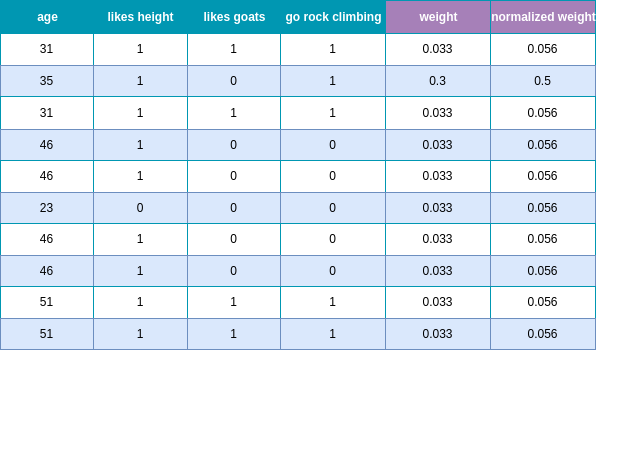
Earlier version of the draw.io export static/images/adaboost/ab_example_clf_data_second_stump_weights.drawio.png (froukje/datamapu). Source tidied: cells renumbered, new cells last; positions are measured from the earlier drawing's top-left corner, leaving out a move shared by most shapes.
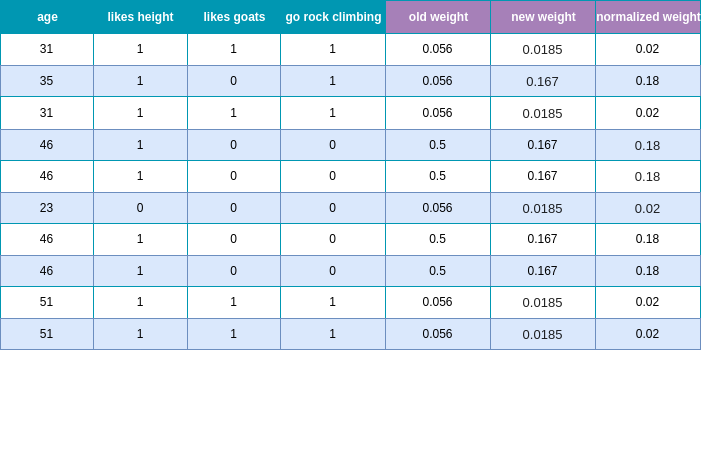
Above is the later version.

The edit, as a diff of the source:
```diff
@@ -3,10 +3,10 @@
     <mxCell id="0" />
     <mxCell id="1" parent="0" />
     <mxCell id="2" value="Assets" style="strokeColor=#0097B2;fillColor=#A7C942;shadow=0;" parent="1" vertex="1">
-      <mxGeometry width="595" height="349" as="geometry" />
+      <mxGeometry width="700" height="349" as="geometry" />
     </mxCell>
     <mxCell id="3" style="shape=tableRow;horizontal=0;startSize=0;swimlaneHead=0;swimlaneBody=0;top=0;left=0;bottom=0;right=0;fontStyle=0;strokeColor=inherit;fillColor=#ffffff;" parent="2" vertex="1">
-      <mxGeometry width="595" height="33" as="geometry" />
+      <mxGeometry width="700" height="33" as="geometry" />
     </mxCell>
     <mxCell id="4" value="age" style="strokeColor=inherit;fillColor=#0097B2;align=center;fontStyle=1;fontColor=#FFFFFF;html=1;" parent="3" vertex="1">
       <mxGeometry width="93" height="33" as="geometry" />
@@ -20,14 +20,17 @@
     <mxCell id="7" value="go rock climbing" style="strokeColor=inherit;fillColor=#0097B2;align=center;fontStyle=1;fontColor=#FFFFFF;html=1;" parent="3" vertex="1">
       <mxGeometry x="280" width="105" height="33" as="geometry" />
     </mxCell>
-    <mxCell id="8" value="weight" style="strokeColor=inherit;fillColor=#A680B8;align=center;fontStyle=1;fontColor=#FFFFFF;html=1;" parent="3" vertex="1">
+    <mxCell id="8" value="old weight" style="strokeColor=inherit;fillColor=#A680B8;align=center;fontStyle=1;fontColor=#FFFFFF;html=1;" parent="3" vertex="1">
       <mxGeometry x="385" width="105" height="33" as="geometry" />
     </mxCell>
+    <mxCell id="84" value="new weight" style="strokeColor=inherit;fillColor=#A680B8;align=center;fontStyle=1;fontColor=#FFFFFF;html=1;" parent="3" vertex="1">
+      <mxGeometry x="490" width="105" height="33" as="geometry" />
+    </mxCell>
     <mxCell id="9" value="normalized weight" style="strokeColor=inherit;fillColor=#A680B8;align=center;fontStyle=1;fontColor=#FFFFFF;html=1;" parent="3" vertex="1">
-      <mxGeometry x="490" width="105" height="33" as="geometry" />
+      <mxGeometry x="595" width="105" height="33" as="geometry" />
     </mxCell>
     <mxCell id="10" style="shape=tableRow;horizontal=0;startSize=0;swimlaneHead=0;swimlaneBody=0;top=0;left=0;bottom=0;right=0;fontStyle=0;strokeColor=inherit;fillColor=#ffffff;" parent="2" vertex="1">
-      <mxGeometry y="33" width="595" height="32" as="geometry" />
+      <mxGeometry y="33" width="700" height="32" as="geometry" />
     </mxCell>
     <mxCell id="11" value="31" style="strokeColor=inherit;fillColor=inherit;align=center;whiteSpace=wrap;html=1;" parent="10" vertex="1">
       <mxGeometry width="93" height="32" as="geometry" />
@@ -41,14 +44,17 @@
     <mxCell id="14" value="1" style="strokeColor=inherit;fillColor=inherit;align=center;whiteSpace=wrap;html=1;" parent="10" vertex="1">
       <mxGeometry x="280" width="105" height="32" as="geometry" />
     </mxCell>
-    <mxCell id="15" value="0.033" style="strokeColor=inherit;fillColor=inherit;align=center;whiteSpace=wrap;html=1;" parent="10" vertex="1">
+    <mxCell id="15" value="0.056" style="strokeColor=inherit;fillColor=inherit;align=center;whiteSpace=wrap;html=1;" parent="10" vertex="1">
       <mxGeometry x="385" width="105" height="32" as="geometry" />
     </mxCell>
+    <mxCell id="85" value="&lt;pre style=&quot;font-family: var(--jp-code-font-family); font-size: 13px; line-height: var(--jp-code-line-height); color: rgba(0, 0, 0, 0.87); border: none; margin-top: 0px; margin-bottom: 0px; padding: 0px; overflow: auto; word-break: break-all; overflow-wrap: break-word; text-align: left; background-color: rgb(255, 255, 255);&quot;&gt;&lt;pre style=&quot;font-family: var(--jp-code-font-family); line-height: var(--jp-code-line-height); border: none; margin-top: 0px; margin-bottom: 0px; padding: 0px; overflow: auto; word-break: break-all; overflow-wrap: break-word;&quot;&gt;0.0185&lt;/pre&gt;&lt;/pre&gt;" style="strokeColor=inherit;fillColor=inherit;align=center;whiteSpace=wrap;html=1;" parent="10" vertex="1">
+      <mxGeometry x="490" width="105" height="32" as="geometry" />
+    </mxCell>
-    <mxCell id="16" value="0.056" style="strokeColor=inherit;fillColor=inherit;align=center;whiteSpace=wrap;html=1;" parent="10" vertex="1">
-      <mxGeometry x="490" width="105" height="32" as="geometry" />
+    <mxCell id="16" value="0.02" style="strokeColor=inherit;fillColor=inherit;align=center;whiteSpace=wrap;html=1;" parent="10" vertex="1">
+      <mxGeometry x="595" width="105" height="32" as="geometry" />
     </mxCell>
     <mxCell id="17" style="shape=tableRow;horizontal=0;startSize=0;swimlaneHead=0;swimlaneBody=0;top=0;left=0;bottom=0;right=0;fontStyle=1;strokeColor=inherit;fillColor=#EAF2D3;" parent="2" vertex="1">
-      <mxGeometry y="65" width="595" height="31" as="geometry" />
+      <mxGeometry y="65" width="700" height="31" as="geometry" />
     </mxCell>
     <mxCell id="18" value="35" style="strokeColor=#6c8ebf;fillColor=#dae8fc;whiteSpace=wrap;html=1;" parent="17" vertex="1">
       <mxGeometry width="93" height="31" as="geometry" />
@@ -62,14 +68,17 @@
     <mxCell id="21" value="1" style="strokeColor=#6c8ebf;fillColor=#dae8fc;whiteSpace=wrap;html=1;" parent="17" vertex="1">
       <mxGeometry x="280" width="105" height="31" as="geometry" />
     </mxCell>
-    <mxCell id="22" value="0.3" style="strokeColor=#6c8ebf;fillColor=#dae8fc;whiteSpace=wrap;html=1;" parent="17" vertex="1">
+    <mxCell id="22" value="0.056" style="strokeColor=#6c8ebf;fillColor=#dae8fc;whiteSpace=wrap;html=1;" parent="17" vertex="1">
       <mxGeometry x="385" width="105" height="31" as="geometry" />
     </mxCell>
+    <mxCell id="86" value="&lt;pre style=&quot;font-family: var(--jp-code-font-family); font-size: 13px; line-height: var(--jp-code-line-height); color: rgba(0, 0, 0, 0.87); border: none; margin-top: 0px; margin-bottom: 0px; padding: 0px; overflow: auto; word-break: break-all; overflow-wrap: break-word; text-align: left;&quot;&gt;0.167&lt;/pre&gt;" style="strokeColor=#6c8ebf;fillColor=#dae8fc;whiteSpace=wrap;html=1;" parent="17" vertex="1">
+      <mxGeometry x="490" width="105" height="31" as="geometry" />
+    </mxCell>
-    <mxCell id="23" value="0.5" style="strokeColor=#6c8ebf;fillColor=#dae8fc;whiteSpace=wrap;html=1;" parent="17" vertex="1">
-      <mxGeometry x="490" width="105" height="31" as="geometry" />
+    <mxCell id="23" value="0.18" style="strokeColor=#6c8ebf;fillColor=#dae8fc;whiteSpace=wrap;html=1;" parent="17" vertex="1">
+      <mxGeometry x="595" width="105" height="31" as="geometry" />
     </mxCell>
     <mxCell id="24" style="shape=tableRow;horizontal=0;startSize=0;swimlaneHead=0;swimlaneBody=0;top=0;left=0;bottom=0;right=0;fontStyle=0;strokeColor=inherit;fillColor=#ffffff;" parent="2" vertex="1">
-      <mxGeometry y="96" width="595" height="33" as="geometry" />
+      <mxGeometry y="96" width="700" height="33" as="geometry" />
     </mxCell>
     <mxCell id="25" value="31" style="strokeColor=inherit;fillColor=inherit;fontStyle=0;align=center;whiteSpace=wrap;html=1;" parent="24" vertex="1">
       <mxGeometry width="93" height="33" as="geometry" />
@@ -83,14 +92,17 @@
     <mxCell id="28" value="1" style="strokeColor=inherit;fillColor=inherit;fontStyle=0;align=center;whiteSpace=wrap;html=1;" parent="24" vertex="1">
       <mxGeometry x="280" width="105" height="33" as="geometry" />
     </mxCell>
-    <mxCell id="29" value="0.033" style="strokeColor=inherit;fillColor=inherit;fontStyle=0;align=center;whiteSpace=wrap;html=1;" parent="24" vertex="1">
+    <mxCell id="29" value="0.056" style="strokeColor=inherit;fillColor=inherit;fontStyle=0;align=center;whiteSpace=wrap;html=1;" parent="24" vertex="1">
       <mxGeometry x="385" width="105" height="33" as="geometry" />
     </mxCell>
+    <mxCell id="87" value="&lt;pre style=&quot;font-family: var(--jp-code-font-family); font-size: 13px; line-height: var(--jp-code-line-height); color: rgba(0, 0, 0, 0.87); border: none; margin-top: 0px; margin-bottom: 0px; padding: 0px; overflow: auto; word-break: break-all; overflow-wrap: break-word; text-align: left; background-color: rgb(255, 255, 255);&quot;&gt;0.0185&lt;/pre&gt;" style="strokeColor=inherit;fillColor=inherit;fontStyle=0;align=center;whiteSpace=wrap;html=1;" parent="24" vertex="1">
+      <mxGeometry x="490" width="105" height="33" as="geometry" />
+    </mxCell>
-    <mxCell id="30" value="0.056" style="strokeColor=inherit;fillColor=inherit;fontStyle=0;align=center;whiteSpace=wrap;html=1;" parent="24" vertex="1">
-      <mxGeometry x="490" width="105" height="33" as="geometry" />
+    <mxCell id="30" value="0.02" style="strokeColor=inherit;fillColor=inherit;fontStyle=0;align=center;whiteSpace=wrap;html=1;" parent="24" vertex="1">
+      <mxGeometry x="595" width="105" height="33" as="geometry" />
     </mxCell>
     <mxCell id="31" style="shape=tableRow;horizontal=0;startSize=0;swimlaneHead=0;swimlaneBody=0;top=0;left=0;bottom=0;right=0;fontStyle=1;strokeColor=inherit;fillColor=#EAF2D3;" parent="2" vertex="1">
-      <mxGeometry y="129" width="595" height="31" as="geometry" />
+      <mxGeometry y="129" width="700" height="31" as="geometry" />
     </mxCell>
     <mxCell id="32" value="46" style="strokeColor=#6c8ebf;fillColor=#dae8fc;whiteSpace=wrap;html=1;" parent="31" vertex="1">
       <mxGeometry width="93" height="31" as="geometry" />
@@ -104,14 +116,17 @@
     <mxCell id="35" value="0" style="strokeColor=#6c8ebf;fillColor=#dae8fc;whiteSpace=wrap;html=1;" parent="31" vertex="1">
       <mxGeometry x="280" width="105" height="31" as="geometry" />
     </mxCell>
-    <mxCell id="36" value="0.033" style="strokeColor=#6c8ebf;fillColor=#dae8fc;whiteSpace=wrap;html=1;" parent="31" vertex="1">
+    <mxCell id="36" value="0.5" style="strokeColor=#6c8ebf;fillColor=#dae8fc;whiteSpace=wrap;html=1;" parent="31" vertex="1">
       <mxGeometry x="385" width="105" height="31" as="geometry" />
     </mxCell>
+    <mxCell id="88" value="0.167" style="strokeColor=#6c8ebf;fillColor=#dae8fc;whiteSpace=wrap;html=1;" parent="31" vertex="1">
+      <mxGeometry x="490" width="105" height="31" as="geometry" />
+    </mxCell>
-    <mxCell id="37" value="0.056" style="strokeColor=#6c8ebf;fillColor=#dae8fc;whiteSpace=wrap;html=1;" parent="31" vertex="1">
-      <mxGeometry x="490" width="105" height="31" as="geometry" />
+    <mxCell id="37" value="&lt;pre style=&quot;font-family: var(--jp-code-font-family); font-size: 13px; line-height: var(--jp-code-line-height); color: rgba(0, 0, 0, 0.87); border: none; margin-top: 0px; margin-bottom: 0px; padding: 0px; overflow: auto; word-break: break-all; overflow-wrap: break-word; text-align: left;&quot;&gt;0.18&lt;/pre&gt;" style="strokeColor=#6c8ebf;fillColor=#dae8fc;whiteSpace=wrap;html=1;" parent="31" vertex="1">
+      <mxGeometry x="595" width="105" height="31" as="geometry" />
     </mxCell>
     <mxCell id="38" style="shape=tableRow;horizontal=0;startSize=0;swimlaneHead=0;swimlaneBody=0;top=0;left=0;bottom=0;right=0;fontStyle=0;strokeColor=inherit;fillColor=#ffffff;" parent="2" vertex="1">
-      <mxGeometry y="160" width="595" height="32" as="geometry" />
+      <mxGeometry y="160" width="700" height="32" as="geometry" />
     </mxCell>
     <mxCell id="39" value="46" style="strokeColor=inherit;fillColor=inherit;align=center;whiteSpace=wrap;html=1;" parent="38" vertex="1">
       <mxGeometry width="93" height="32" as="geometry" />
@@ -125,14 +140,17 @@
     <mxCell id="42" value="0" style="strokeColor=inherit;fillColor=inherit;align=center;whiteSpace=wrap;html=1;" parent="38" vertex="1">
       <mxGeometry x="280" width="105" height="32" as="geometry" />
     </mxCell>
-    <mxCell id="43" value="0.033" style="strokeColor=inherit;fillColor=inherit;align=center;whiteSpace=wrap;html=1;" parent="38" vertex="1">
+    <mxCell id="43" value="0.5" style="strokeColor=inherit;fillColor=inherit;align=center;whiteSpace=wrap;html=1;" parent="38" vertex="1">
       <mxGeometry x="385" width="105" height="32" as="geometry" />
     </mxCell>
+    <mxCell id="89" value="0.167" style="strokeColor=inherit;fillColor=inherit;align=center;whiteSpace=wrap;html=1;" parent="38" vertex="1">
+      <mxGeometry x="490" width="105" height="32" as="geometry" />
+    </mxCell>
-    <mxCell id="44" value="0.056" style="strokeColor=inherit;fillColor=inherit;align=center;whiteSpace=wrap;html=1;" parent="38" vertex="1">
-      <mxGeometry x="490" width="105" height="32" as="geometry" />
+    <mxCell id="44" value="&lt;pre style=&quot;font-family: var(--jp-code-font-family); font-size: 13px; line-height: var(--jp-code-line-height); color: rgba(0, 0, 0, 0.87); border: none; margin-top: 0px; margin-bottom: 0px; padding: 0px; overflow: auto; word-break: break-all; overflow-wrap: break-word; text-align: left; background-color: rgb(255, 255, 255);&quot;&gt;0.18&lt;/pre&gt;" style="strokeColor=inherit;fillColor=inherit;align=center;whiteSpace=wrap;html=1;" parent="38" vertex="1">
+      <mxGeometry x="595" width="105" height="32" as="geometry" />
     </mxCell>
     <mxCell id="45" style="shape=tableRow;horizontal=0;startSize=0;swimlaneHead=0;swimlaneBody=0;top=0;left=0;bottom=0;right=0;fontStyle=1;strokeColor=inherit;fillColor=#EAF2D3;" parent="2" vertex="1">
-      <mxGeometry y="192" width="595" height="31" as="geometry" />
+      <mxGeometry y="192" width="700" height="31" as="geometry" />
     </mxCell>
     <mxCell id="46" value="23" style="strokeColor=#6c8ebf;fillColor=#dae8fc;whiteSpace=wrap;html=1;" parent="45" vertex="1">
       <mxGeometry width="93" height="31" as="geometry" />
@@ -146,14 +164,17 @@
     <mxCell id="49" value="0" style="strokeColor=#6c8ebf;fillColor=#dae8fc;whiteSpace=wrap;html=1;" parent="45" vertex="1">
       <mxGeometry x="280" width="105" height="31" as="geometry" />
     </mxCell>
-    <mxCell id="50" value="0.033" style="strokeColor=#6c8ebf;fillColor=#dae8fc;whiteSpace=wrap;html=1;" parent="45" vertex="1">
+    <mxCell id="50" value="0.056" style="strokeColor=#6c8ebf;fillColor=#dae8fc;whiteSpace=wrap;html=1;" parent="45" vertex="1">
       <mxGeometry x="385" width="105" height="31" as="geometry" />
     </mxCell>
+    <mxCell id="90" value="&lt;pre style=&quot;font-family: var(--jp-code-font-family); font-size: 13px; line-height: var(--jp-code-line-height); color: rgba(0, 0, 0, 0.87); border: none; margin: 0px; padding: 0px; overflow: auto; word-break: break-all; overflow-wrap: break-word; font-style: normal; font-variant-ligatures: normal; font-variant-caps: normal; font-weight: 400; letter-spacing: normal; orphans: 2; text-align: left; text-indent: 0px; text-transform: none; widows: 2; word-spacing: 0px; -webkit-text-stroke-width: 0px; text-decoration-thickness: initial; text-decoration-style: initial; text-decoration-color: initial;&quot;&gt;0.0185&lt;/pre&gt;" style="strokeColor=#6c8ebf;fillColor=#dae8fc;whiteSpace=wrap;html=1;" parent="45" vertex="1">
+      <mxGeometry x="490" width="105" height="31" as="geometry" />
+    </mxCell>
-    <mxCell id="51" value="0.056" style="strokeColor=#6c8ebf;fillColor=#dae8fc;whiteSpace=wrap;html=1;" parent="45" vertex="1">
-      <mxGeometry x="490" width="105" height="31" as="geometry" />
+    <mxCell id="51" value="&lt;pre style=&quot;font-family: var(--jp-code-font-family); font-size: 13px; line-height: var(--jp-code-line-height); color: rgba(0, 0, 0, 0.87); border: none; margin-top: 0px; margin-bottom: 0px; padding: 0px; overflow: auto; word-break: break-all; overflow-wrap: break-word; text-align: left;&quot;&gt;0.02&lt;/pre&gt;" style="strokeColor=#6c8ebf;fillColor=#dae8fc;whiteSpace=wrap;html=1;" parent="45" vertex="1">
+      <mxGeometry x="595" width="105" height="31" as="geometry" />
     </mxCell>
     <mxCell id="52" style="shape=tableRow;horizontal=0;startSize=0;swimlaneHead=0;swimlaneBody=0;top=0;left=0;bottom=0;right=0;fontStyle=0;strokeColor=inherit;fillColor=#ffffff;" parent="2" vertex="1">
-      <mxGeometry y="223" width="595" height="32" as="geometry" />
+      <mxGeometry y="223" width="700" height="32" as="geometry" />
     </mxCell>
     <mxCell id="53" value="46" style="strokeColor=inherit;fillColor=inherit;align=center;whiteSpace=wrap;html=1;" parent="52" vertex="1">
       <mxGeometry width="93" height="32" as="geometry" />
@@ -167,14 +188,17 @@
     <mxCell id="56" value="0" style="strokeColor=inherit;fillColor=inherit;align=center;whiteSpace=wrap;html=1;" parent="52" vertex="1">
       <mxGeometry x="280" width="105" height="32" as="geometry" />
     </mxCell>
-    <mxCell id="57" value="0.033" style="strokeColor=inherit;fillColor=inherit;align=center;whiteSpace=wrap;html=1;" parent="52" vertex="1">
+    <mxCell id="57" value="0.5" style="strokeColor=inherit;fillColor=inherit;align=center;whiteSpace=wrap;html=1;" parent="52" vertex="1">
       <mxGeometry x="385" width="105" height="32" as="geometry" />
     </mxCell>
+    <mxCell id="91" value="0.167" style="strokeColor=inherit;fillColor=inherit;align=center;whiteSpace=wrap;html=1;" parent="52" vertex="1">
+      <mxGeometry x="490" width="105" height="32" as="geometry" />
+    </mxCell>
-    <mxCell id="58" value="0.056" style="strokeColor=inherit;fillColor=inherit;align=center;whiteSpace=wrap;html=1;" parent="52" vertex="1">
-      <mxGeometry x="490" width="105" height="32" as="geometry" />
+    <mxCell id="58" value="0.18" style="strokeColor=inherit;fillColor=inherit;align=center;whiteSpace=wrap;html=1;" parent="52" vertex="1">
+      <mxGeometry x="595" width="105" height="32" as="geometry" />
     </mxCell>
     <mxCell id="59" style="shape=tableRow;horizontal=0;startSize=0;swimlaneHead=0;swimlaneBody=0;top=0;left=0;bottom=0;right=0;fontStyle=1;strokeColor=inherit;fillColor=#EAF2D3;" parent="2" vertex="1">
-      <mxGeometry y="255" width="595" height="31" as="geometry" />
+      <mxGeometry y="255" width="700" height="31" as="geometry" />
     </mxCell>
     <mxCell id="60" value="46" style="strokeColor=#6c8ebf;fillColor=#dae8fc;whiteSpace=wrap;html=1;" parent="59" vertex="1">
       <mxGeometry width="93" height="31" as="geometry" />
@@ -188,14 +212,17 @@
     <mxCell id="63" value="0" style="strokeColor=#6c8ebf;fillColor=#dae8fc;whiteSpace=wrap;html=1;" parent="59" vertex="1">
       <mxGeometry x="280" width="105" height="31" as="geometry" />
     </mxCell>
-    <mxCell id="64" value="0.033" style="strokeColor=#6c8ebf;fillColor=#dae8fc;whiteSpace=wrap;html=1;" parent="59" vertex="1">
+    <mxCell id="64" value="0.5" style="strokeColor=#6c8ebf;fillColor=#dae8fc;whiteSpace=wrap;html=1;" parent="59" vertex="1">
       <mxGeometry x="385" width="105" height="31" as="geometry" />
     </mxCell>
+    <mxCell id="92" value="0.167" style="strokeColor=#6c8ebf;fillColor=#dae8fc;whiteSpace=wrap;html=1;" parent="59" vertex="1">
+      <mxGeometry x="490" width="105" height="31" as="geometry" />
+    </mxCell>
-    <mxCell id="65" value="0.056" style="strokeColor=#6c8ebf;fillColor=#dae8fc;whiteSpace=wrap;html=1;" parent="59" vertex="1">
-      <mxGeometry x="490" width="105" height="31" as="geometry" />
+    <mxCell id="65" value="0.18" style="strokeColor=#6c8ebf;fillColor=#dae8fc;whiteSpace=wrap;html=1;" parent="59" vertex="1">
+      <mxGeometry x="595" width="105" height="31" as="geometry" />
     </mxCell>
     <mxCell id="66" style="shape=tableRow;horizontal=0;startSize=0;swimlaneHead=0;swimlaneBody=0;top=0;left=0;bottom=0;right=0;fontStyle=0;strokeColor=inherit;fillColor=#ffffff;" parent="2" vertex="1">
-      <mxGeometry y="286" width="595" height="32" as="geometry" />
+      <mxGeometry y="286" width="700" height="32" as="geometry" />
     </mxCell>
     <mxCell id="67" value="51" style="strokeColor=inherit;fillColor=inherit;align=center;whiteSpace=wrap;html=1;" parent="66" vertex="1">
       <mxGeometry width="93" height="32" as="geometry" />
@@ -209,14 +236,17 @@
     <mxCell id="70" value="1" style="strokeColor=inherit;fillColor=inherit;align=center;whiteSpace=wrap;html=1;" parent="66" vertex="1">
       <mxGeometry x="280" width="105" height="32" as="geometry" />
     </mxCell>
-    <mxCell id="71" value="0.033" style="strokeColor=inherit;fillColor=inherit;align=center;whiteSpace=wrap;html=1;" parent="66" vertex="1">
+    <mxCell id="71" value="0.056" style="strokeColor=inherit;fillColor=inherit;align=center;whiteSpace=wrap;html=1;" parent="66" vertex="1">
       <mxGeometry x="385" width="105" height="32" as="geometry" />
     </mxCell>
+    <mxCell id="93" value="&lt;pre style=&quot;font-family: var(--jp-code-font-family); font-size: 13px; line-height: var(--jp-code-line-height); color: rgba(0, 0, 0, 0.87); border: none; margin: 0px; padding: 0px; overflow: auto; word-break: break-all; overflow-wrap: break-word; font-style: normal; font-variant-ligatures: normal; font-variant-caps: normal; font-weight: 400; letter-spacing: normal; orphans: 2; text-align: left; text-indent: 0px; text-transform: none; widows: 2; word-spacing: 0px; -webkit-text-stroke-width: 0px; background-color: rgb(255, 255, 255); text-decoration-thickness: initial; text-decoration-style: initial; text-decoration-color: initial;&quot;&gt;0.0185&lt;/pre&gt;" style="strokeColor=inherit;fillColor=inherit;align=center;whiteSpace=wrap;html=1;" parent="66" vertex="1">
+      <mxGeometry x="490" width="105" height="32" as="geometry" />
+    </mxCell>
-    <mxCell id="72" value="0.056" style="strokeColor=inherit;fillColor=inherit;align=center;whiteSpace=wrap;html=1;" parent="66" vertex="1">
-      <mxGeometry x="490" width="105" height="32" as="geometry" />
+    <mxCell id="72" value="0.02" style="strokeColor=inherit;fillColor=inherit;align=center;whiteSpace=wrap;html=1;" parent="66" vertex="1">
+      <mxGeometry x="595" width="105" height="32" as="geometry" />
     </mxCell>
     <mxCell id="73" style="shape=tableRow;horizontal=0;startSize=0;swimlaneHead=0;swimlaneBody=0;top=0;left=0;bottom=0;right=0;fontStyle=1;strokeColor=inherit;fillColor=#EAF2D3;" parent="2" vertex="1">
-      <mxGeometry y="318" width="595" height="31" as="geometry" />
+      <mxGeometry y="318" width="700" height="31" as="geometry" />
     </mxCell>
     <mxCell id="74" value="51" style="strokeColor=#6c8ebf;fillColor=#dae8fc;whiteSpace=wrap;html=1;" parent="73" vertex="1">
       <mxGeometry width="93" height="31" as="geometry" />
@@ -230,11 +260,14 @@
     <mxCell id="77" value="1" style="strokeColor=#6c8ebf;fillColor=#dae8fc;whiteSpace=wrap;html=1;" parent="73" vertex="1">
       <mxGeometry x="280" width="105" height="31" as="geometry" />
     </mxCell>
-    <mxCell id="78" value="0.033" style="strokeColor=#6c8ebf;fillColor=#dae8fc;whiteSpace=wrap;html=1;" parent="73" vertex="1">
+    <mxCell id="78" value="0.056" style="strokeColor=#6c8ebf;fillColor=#dae8fc;whiteSpace=wrap;html=1;" parent="73" vertex="1">
       <mxGeometry x="385" width="105" height="31" as="geometry" />
     </mxCell>
+    <mxCell id="94" value="&lt;pre style=&quot;font-family: var(--jp-code-font-family); font-size: 13px; line-height: var(--jp-code-line-height); color: rgba(0, 0, 0, 0.87); border: none; margin: 0px; padding: 0px; overflow: auto; word-break: break-all; overflow-wrap: break-word; font-style: normal; font-variant-ligatures: normal; font-variant-caps: normal; font-weight: 400; letter-spacing: normal; orphans: 2; text-align: left; text-indent: 0px; text-transform: none; widows: 2; word-spacing: 0px; -webkit-text-stroke-width: 0px; text-decoration-thickness: initial; text-decoration-style: initial; text-decoration-color: initial;&quot;&gt;0.0185&lt;/pre&gt;" style="strokeColor=#6c8ebf;fillColor=#dae8fc;whiteSpace=wrap;html=1;" parent="73" vertex="1">
+      <mxGeometry x="490" width="105" height="31" as="geometry" />
+    </mxCell>
-    <mxCell id="79" value="0.056" style="strokeColor=#6c8ebf;fillColor=#dae8fc;whiteSpace=wrap;html=1;" parent="73" vertex="1">
-      <mxGeometry x="490" width="105" height="31" as="geometry" />
+    <mxCell id="79" value="0.02" style="strokeColor=#6c8ebf;fillColor=#dae8fc;whiteSpace=wrap;html=1;" parent="73" vertex="1">
+      <mxGeometry x="595" width="105" height="31" as="geometry" />
     </mxCell>
     <mxCell id="80" style="shape=tableRow;horizontal=0;startSize=0;swimlaneHead=0;swimlaneBody=0;strokeColor=inherit;top=0;left=0;bottom=0;right=0;fillColor=none;fontSize=16;" parent="1" vertex="1">
       <mxGeometry x="440" y="410" width="180" height="40" as="geometry" />
```
